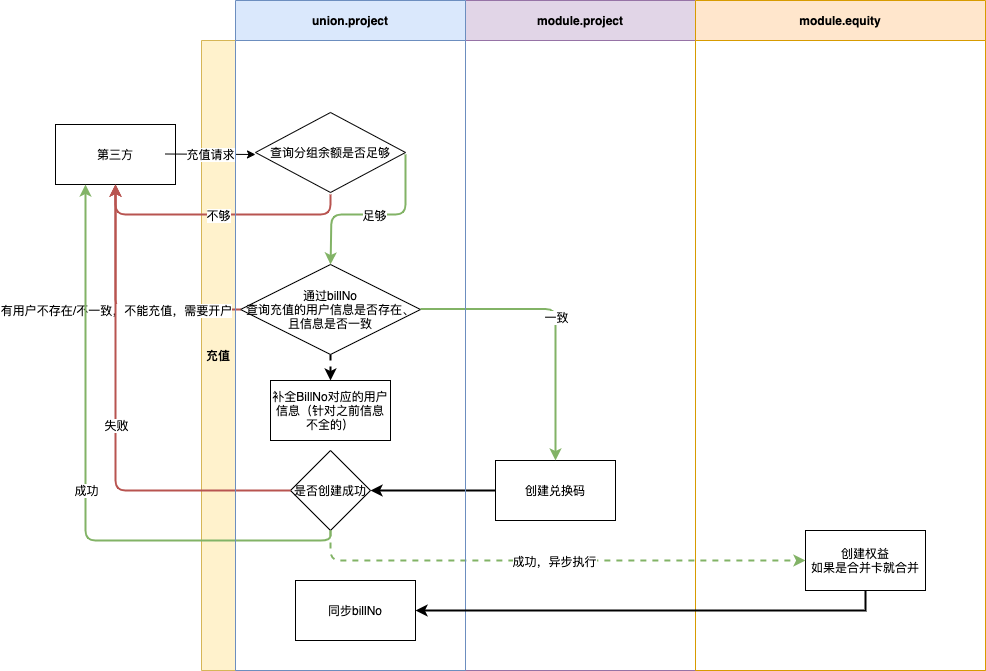
Before: 充值.png, a diagram exported from draw.io (zuoqiang320/uniondrug). Source tidied: cells renumbered, new cells last; positions are measured from the earlier drawing's top-left corner, leaving out a move shared by most shapes.
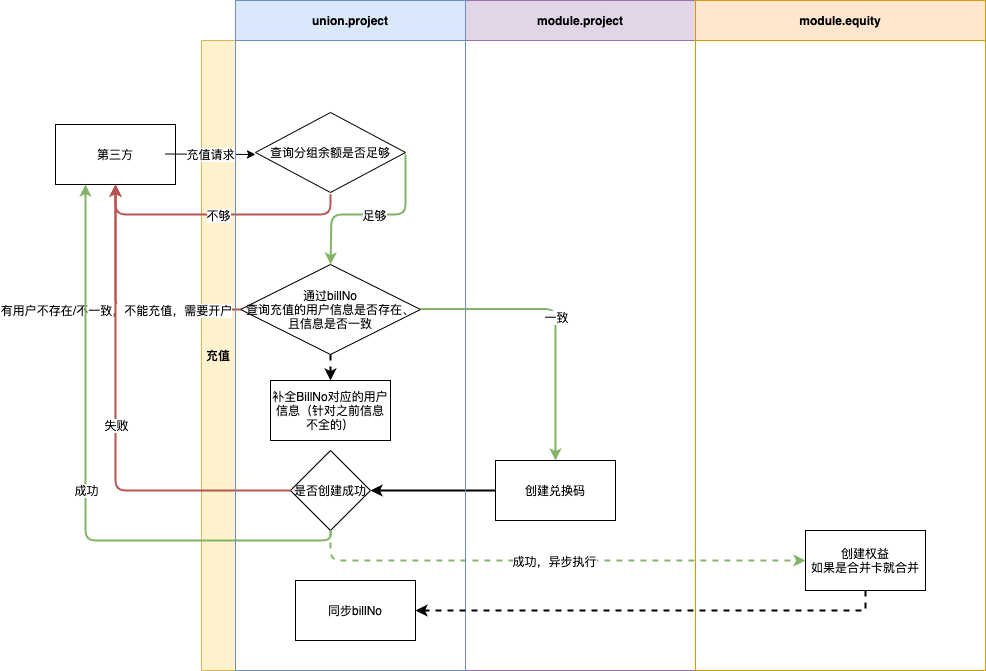
The same file after the commit.

The edit, as a diff of the source:
```diff
@@ -118,7 +118,7 @@
     <mxCell id="31" value="同步billNo" style="rounded=0;whiteSpace=wrap;html=1;" parent="30" vertex="1">
       <mxGeometry x="60" y="580" width="120" height="60" as="geometry" />
     </mxCell>
-    <mxCell id="32" style="edgeStyle=orthogonalEdgeStyle;rounded=0;jettySize=auto;html=1;exitX=0.5;exitY=1;exitDx=0;exitDy=0;strokeWidth=2;" parent="1" edge="1" source="14" target="31">
+    <mxCell id="32" style="edgeStyle=orthogonalEdgeStyle;rounded=0;jettySize=auto;html=1;exitX=0.5;exitY=1;exitDx=0;exitDy=0;strokeWidth=2;dashed=1;" parent="1" edge="1" source="14" target="31">
       <mxGeometry relative="1" as="geometry" />
     </mxCell>
   </root>
```
